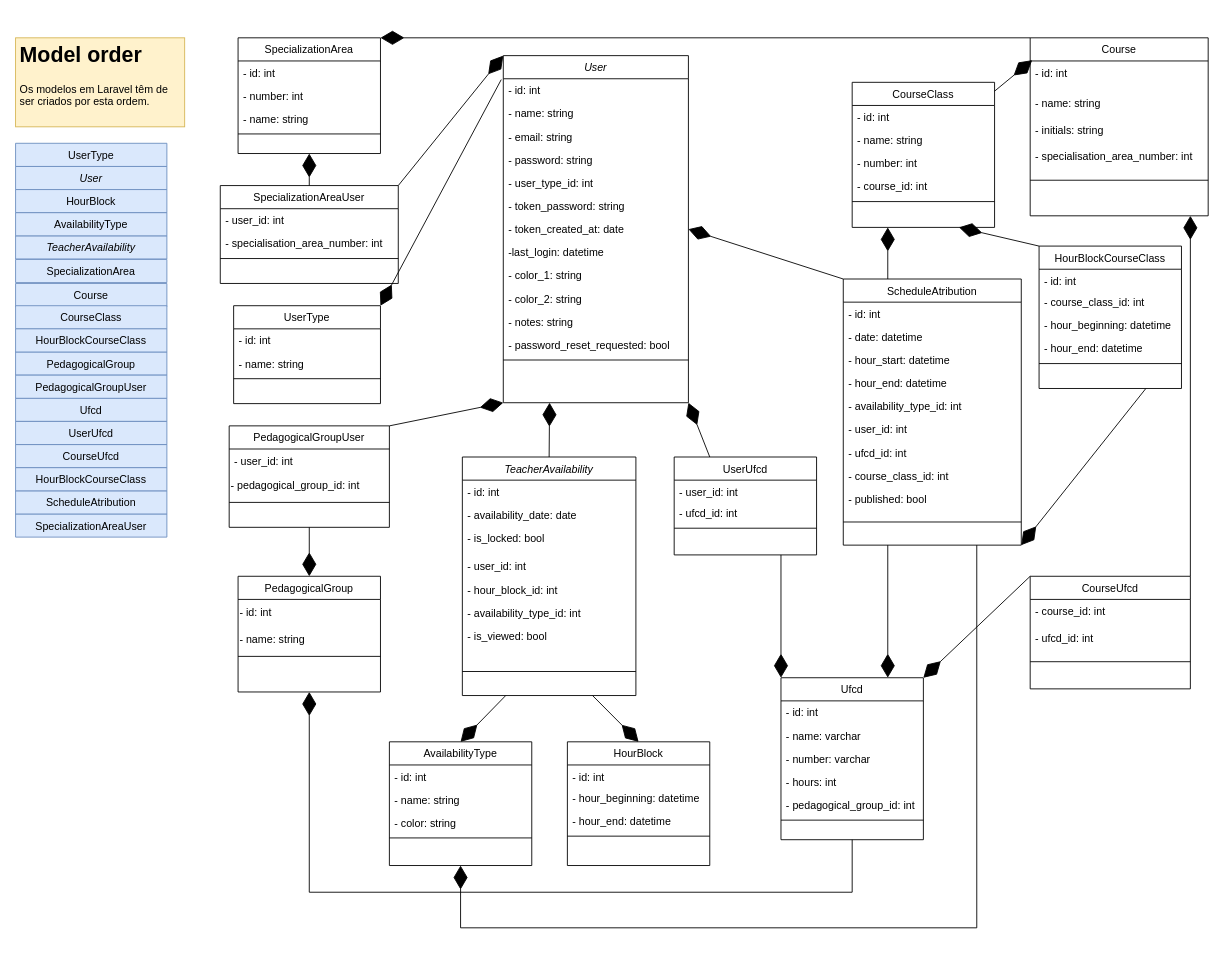
LaggyMcLagg/Agile-Wing keeps this draw.io diagram as Documentação/Arquitetura de Sistema - gráficos/Diagrama de Classes v2.drawio. Above is the earlier version. Source tidied: cells renumbered, new cells numbered last; positions are measured from the earlier drawing's top-left corner, leaving out a move shared by most shapes. Both pictures are drawn from the tidied source at 89%, with x=0, y=0 at pixel (15, 37).
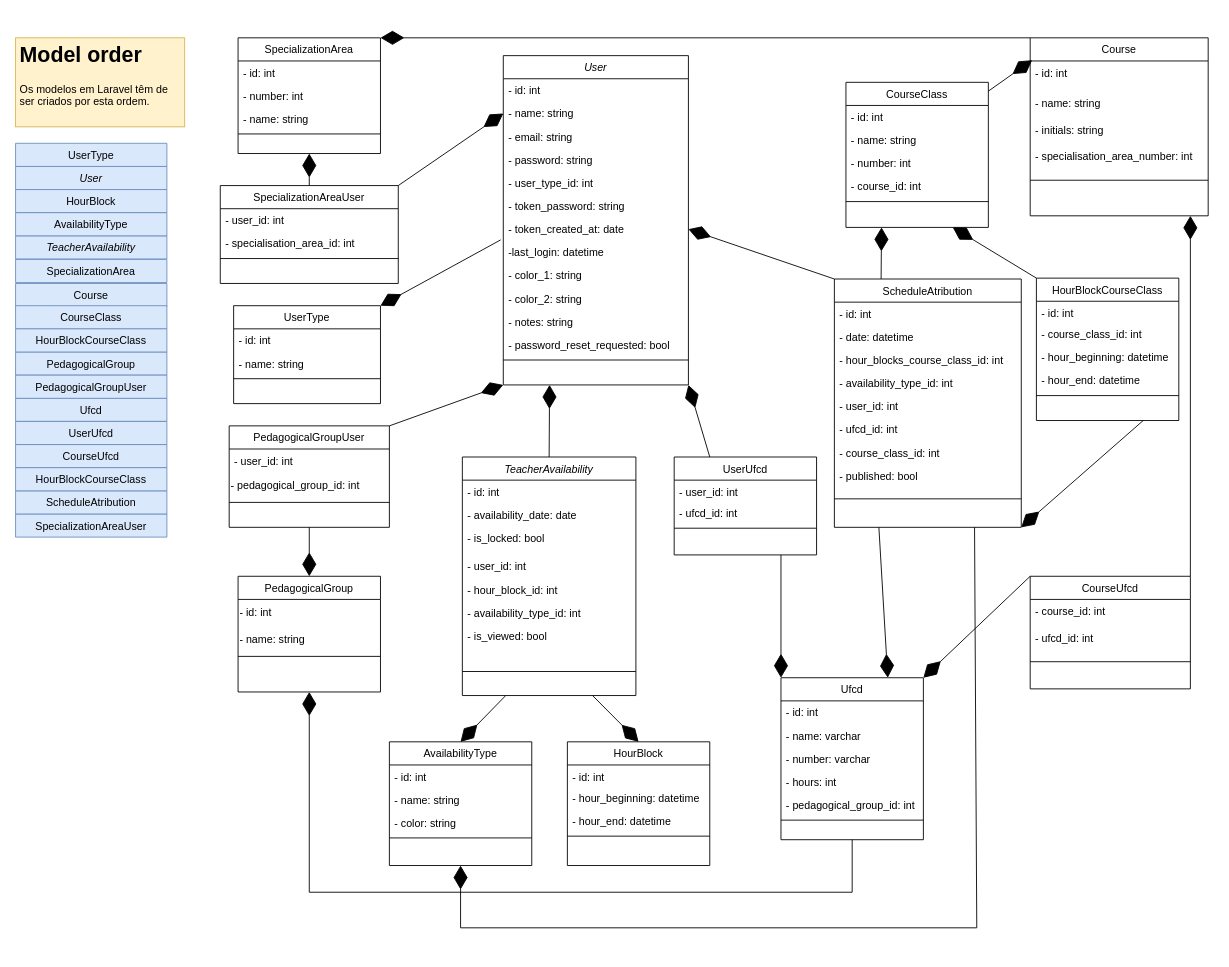
After the change.

Commit message (it also covers changes not shown here):
Update Class & Data Modals

Unchanged cells that the change refers to:
```xml
<mxCell id="41" value="Ufcd" style="swimlane;fontStyle=0;align=center;verticalAlign=top;horizontal=1;startSize=26;rounded=0;shadow=0;strokeWidth=1;" parent="1" vertex="1">
  <mxGeometry x="860" y="719" width="160" height="182" as="geometry" />
</mxCell>
<mxCell id="62" value="- name: string" style="text;align=left;verticalAlign=top;spacingLeft=4;spacingRight=4;overflow=hidden;points=[[0,0.5],[1,0.5]];portConstraint=eastwest;rounded=0;shadow=0;html=0;" parent="60" vertex="1">
  <mxGeometry y="52" width="208" height="26" as="geometry" />
</mxCell>
<mxCell id="68" value="-last_login: datetime" style="text;align=left;verticalAlign=top;spacingLeft=4;spacingRight=4;overflow=hidden;points=[[0,0.5],[1,0.5]];portConstraint=eastwest;rounded=0;shadow=0;html=0;" parent="60" vertex="1">
  <mxGeometry y="208" width="208" height="26" as="geometry" />
</mxCell>
<mxCell id="89" value="SpecializationAreaUser" style="swimlane;fontStyle=0;align=center;verticalAlign=top;horizontal=1;startSize=26;rounded=0;shadow=0;strokeWidth=1;" parent="1" vertex="1">
  <mxGeometry x="230" y="166" width="200" height="110" as="geometry" />
</mxCell>
<mxCell id="114" value="UserType" style="swimlane;fontStyle=0;align=center;verticalAlign=top;horizontal=1;startSize=26;rounded=0;shadow=0;strokeWidth=1;" parent="1" vertex="1">
  <mxGeometry x="245" y="301" width="165" height="110" as="geometry" />
</mxCell>
```

What changed in the source:
```diff
@@
     <mxCell id="2" value="ScheduleAtribution" style="swimlane;fontStyle=0;align=center;verticalAlign=top;horizontal=1;startSize=26;rounded=0;shadow=0;strokeWidth=1;" parent="1" vertex="1">
-      <mxGeometry x="930" y="271" width="200" height="299" as="geometry" />
+      <mxGeometry x="920" y="271" width="210" height="279" as="geometry" />
     </mxCell>
     <mxCell id="3" value="- id: int" style="text;align=left;verticalAlign=top;spacingLeft=4;spacingRight=4;overflow=hidden;" parent="2" vertex="1">
-      <mxGeometry y="26" width="200" height="26" as="geometry" />
+      <mxGeometry y="26" width="210" height="26" as="geometry" />
     </mxCell>
     <mxCell id="4" value="- date: datetime" style="text;align=left;verticalAlign=top;spacingLeft=4;spacingRight=4;overflow=hidden;rounded=0;shadow=0;html=0;" parent="2" vertex="1">
-      <mxGeometry y="52" width="200" height="26" as="geometry" />
+      <mxGeometry y="52" width="210" height="26" as="geometry" />
     </mxCell>
-    <mxCell id="5" value="- hour_start: datetime" style="text;align=left;verticalAlign=top;spacingLeft=4;spacingRight=4;overflow=hidden;rounded=0;shadow=0;html=0;" parent="2" vertex="1">
-      <mxGeometry y="78" width="200" height="26" as="geometry" />
+    <mxCell id="5" value="- hour_blocks_course_class_id: int" style="text;align=left;verticalAlign=top;spacingLeft=4;spacingRight=4;overflow=hidden;rounded=0;shadow=0;html=0;" parent="2" vertex="1">
+      <mxGeometry y="78" width="210" height="26" as="geometry" />
     </mxCell>
-    <mxCell id="6" value="- hour_end: datetime" style="text;align=left;verticalAlign=top;spacingLeft=4;spacingRight=4;overflow=hidden;rounded=0;shadow=0;html=0;" parent="2" vertex="1">
-      <mxGeometry y="104" width="200" height="26" as="geometry" />
-    </mxCell>
     <mxCell id="7" value="- availability_type_id: int" style="text;align=left;verticalAlign=top;spacingLeft=4;spacingRight=4;overflow=hidden;rounded=0;shadow=0;html=0;" parent="2" vertex="1">
-      <mxGeometry y="130" width="200" height="26" as="geometry" />
+      <mxGeometry y="104" width="210" height="26" as="geometry" />
     </mxCell>
     <mxCell id="8" value="- user_id: int" style="text;align=left;verticalAlign=top;spacingLeft=4;spacingRight=4;overflow=hidden;rounded=0;shadow=0;html=0;" parent="2" vertex="1">
-      <mxGeometry y="156" width="200" height="26" as="geometry" />
+      <mxGeometry y="130" width="210" height="26" as="geometry" />
     </mxCell>
     <mxCell id="9" value="- ufcd_id: int" style="text;align=left;verticalAlign=top;spacingLeft=4;spacingRight=4;overflow=hidden;rounded=0;shadow=0;html=0;" parent="2" vertex="1">
-      <mxGeometry y="182" width="200" height="26" as="geometry" />
+      <mxGeometry y="156" width="210" height="26" as="geometry" />
     </mxCell>
     <mxCell id="10" value="- course_class_id: int" style="text;align=left;verticalAlign=top;spacingLeft=4;spacingRight=4;overflow=hidden;rounded=0;shadow=0;html=0;" parent="2" vertex="1">
-      <mxGeometry y="208" width="200" height="26" as="geometry" />
+      <mxGeometry y="182" width="210" height="26" as="geometry" />
     </mxCell>
     <mxCell id="11" value="- published: bool" style="text;align=left;verticalAlign=top;spacingLeft=4;spacingRight=4;overflow=hidden;rounded=0;shadow=0;html=0;" parent="2" vertex="1">
-      <mxGeometry y="234" width="200" height="26" as="geometry" />
+      <mxGeometry y="208" width="210" height="26" as="geometry" />
     </mxCell>
     <mxCell id="12" style="line;html=1;strokeWidth=1;align=left;verticalAlign=middle;spacingTop=-1;spacingLeft=3;spacingRight=3;labelPosition=right;" parent="2" vertex="1">
-      <mxGeometry y="260" width="200" height="26" as="geometry" />
+      <mxGeometry y="234" width="210" height="26" as="geometry" />
     </mxCell>
@@
     <mxCell id="48" value="CourseClass" style="swimlane;fontStyle=0;align=center;verticalAlign=top;horizontal=1;startSize=26;rounded=0;shadow=0;strokeWidth=1;" parent="1" vertex="1">
-      <mxGeometry x="940" y="50" width="160" height="163" as="geometry" />
+      <mxGeometry x="933" y="50" width="160" height="163" as="geometry" />
     </mxCell>
@@
     <mxCell id="60" value="User" style="swimlane;fontStyle=2;align=center;verticalAlign=top;horizontal=1;startSize=26;rounded=0;shadow=0;strokeWidth=1;" parent="1" vertex="1">
-      <mxGeometry x="548" y="20" width="208" height="390" as="geometry" />
+      <mxGeometry x="548" y="20" width="208" height="370" as="geometry" />
     </mxCell>
@@
-    <mxCell id="75" style="endArrow=diamondThin;endFill=1;endSize=24;html=1;rounded=0;entryX=0.75;entryY=0;entryDx=0;entryDy=0;exitX=0.25;exitY=1;exitDx=0;exitDy=0;" parent="1" edge="1" source="2" target="41">
-      <mxGeometry relative="1" as="geometry" />
+    <mxCell id="75" style="endArrow=diamondThin;endFill=1;endSize=24;html=1;rounded=0;entryX=0.75;entryY=0;entryDx=0;entryDy=0;" parent="1" edge="1" target="41">
+      <mxGeometry relative="1" as="geometry">
+        <mxPoint x="970" y="550" as="sourcePoint" />
+      </mxGeometry>
     </mxCell>
@@
-    <mxCell id="91" value="- specialisation_area_number: int" style="text;align=left;verticalAlign=top;spacingLeft=4;spacingRight=4;overflow=hidden;" parent="89" vertex="1">
+    <mxCell id="91" value="- specialisation_area_id: int" style="text;align=left;verticalAlign=top;spacingLeft=4;spacingRight=4;overflow=hidden;" parent="89" vertex="1">
       <mxGeometry y="52" width="200" height="26" as="geometry" />
     </mxCell>
@@
-    <mxCell id="93" style="endArrow=diamondThin;endFill=1;endSize=24;html=1;rounded=0;entryX=0;entryY=0;entryDx=0;entryDy=0;exitX=1;exitY=0;exitDx=0;exitDy=0;" parent="1" edge="1" source="89" target="60">
+    <mxCell id="93" style="endArrow=diamondThin;endFill=1;endSize=24;html=1;rounded=0;entryX=0;entryY=0.5;entryDx=0;entryDy=0;exitX=1;exitY=0;exitDx=0;exitDy=0;" parent="1" edge="1" source="89" target="62">
       <mxGeometry relative="1" as="geometry" />
     </mxCell>
@@
-    <mxCell id="118" style="endArrow=diamondThin;endFill=1;endSize=24;html=1;rounded=0;entryX=1;entryY=0;entryDx=0;entryDy=0;exitX=-0.011;exitY=0.069;exitDx=0;exitDy=0;exitPerimeter=0;" parent="1" edge="1" source="60" target="114">
+    <mxCell id="118" style="endArrow=diamondThin;endFill=1;endSize=24;html=1;rounded=0;entryX=1;entryY=0;entryDx=0;entryDy=0;exitX=-0.014;exitY=-0.038;exitDx=0;exitDy=0;exitPerimeter=0;" parent="1" edge="1" source="68" target="114">
       <mxGeometry relative="1" as="geometry" />
     </mxCell>
@@
     <mxCell id="129" value="HourBlockCourseClass" style="swimlane;fontStyle=0;align=center;verticalAlign=top;horizontal=1;startSize=26;rounded=0;shadow=0;strokeWidth=1;" parent="1" vertex="1">
-      <mxGeometry x="1150" y="234" width="160" height="160" as="geometry" />
+      <mxGeometry x="1147" y="270" width="160" height="160" as="geometry" />
     </mxCell>
```
